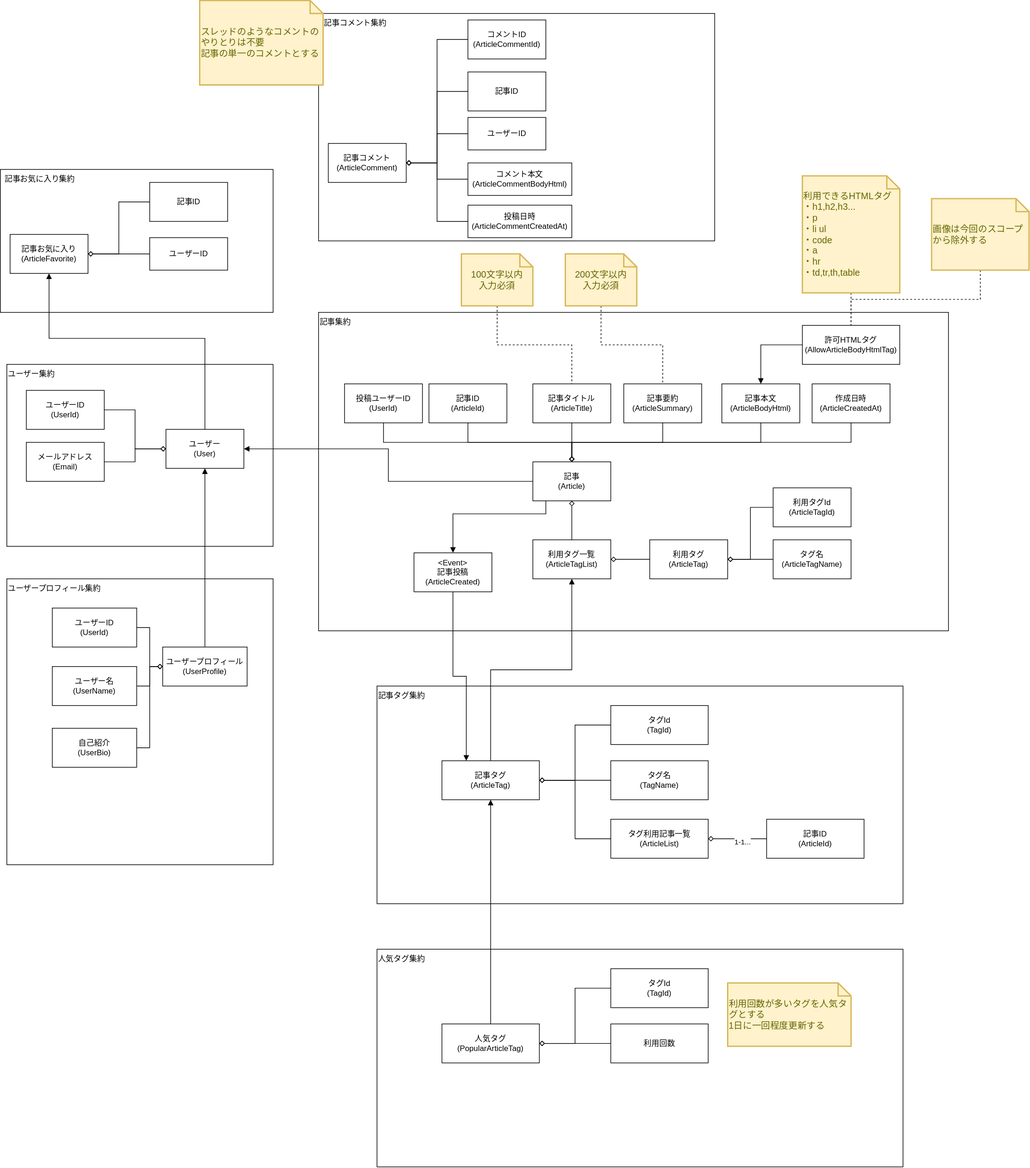
Earlier version of the draw.io export docs/domain_model.svg (MikiWaraMiki/java-springboot-practice). Source tidied: cells renumbered, new cells last; positions are measured from the earlier drawing's top-left corner, leaving out a move shared by most shapes.
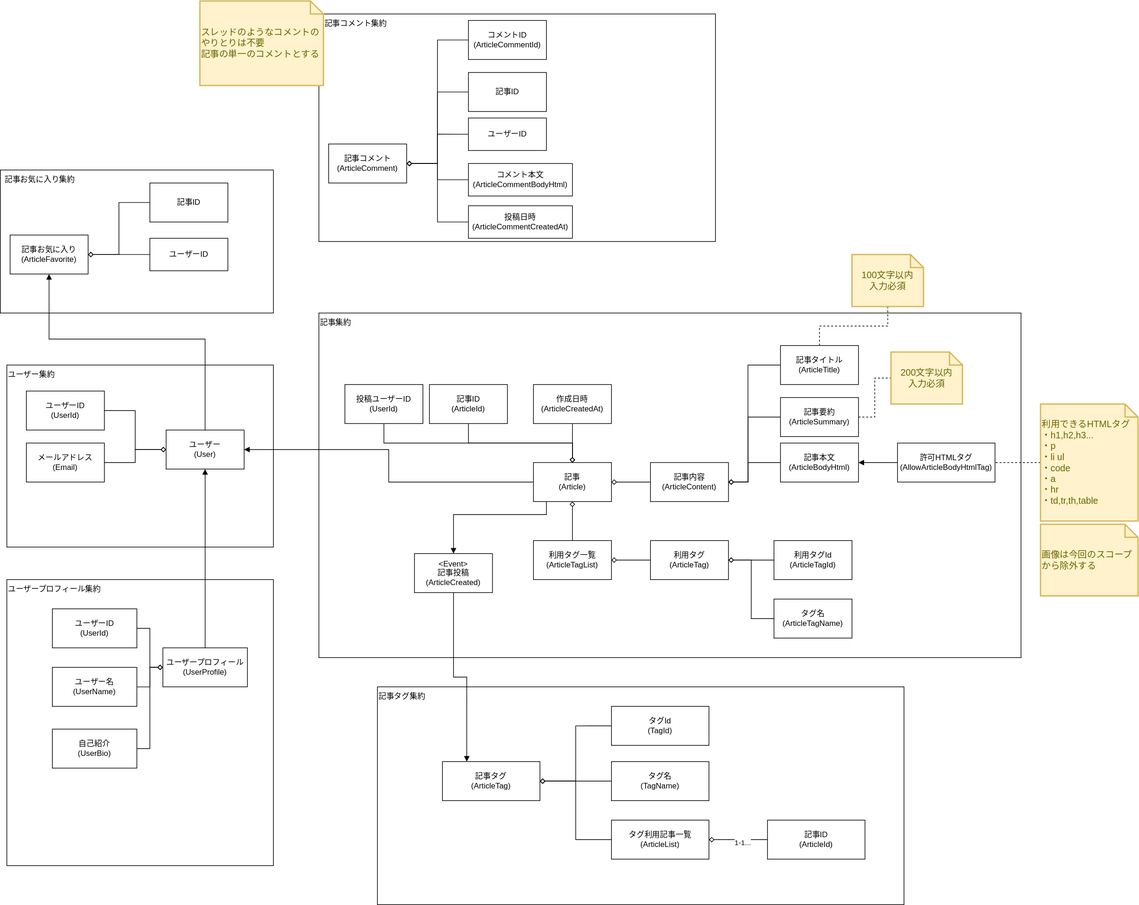
The same diagram one commit later.

Commit message:
add 初期オブジェクトモデル

What changed in the source:
```diff
@@ -65,7 +65,7 @@
       <mxGeometry x="80" y="1120" width="130" height="60" as="geometry" />
     </mxCell>
     <mxCell id="21" style="rounded=0;whiteSpace=wrap;html=1;" parent="1" vertex="1">
-      <mxGeometry x="490" y="480" width="970" height="490" as="geometry" />
+      <mxGeometry x="490" y="480" width="1080" height="530" as="geometry" />
     </mxCell>
     <mxCell id="22" value="記事集約" style="text;html=1;strokeColor=none;fillColor=none;align=left;verticalAlign=middle;whiteSpace=wrap;rounded=0;" parent="1" vertex="1">
       <mxGeometry x="490" y="480" width="140" height="30" as="geometry" />
@@ -78,33 +78,6 @@
         </Array>
       </mxGeometry>
     </mxCell>
-    <mxCell id="24" style="edgeStyle=orthogonalEdgeStyle;rounded=0;jettySize=auto;html=1;startArrow=diamond;startFill=0;endArrow=none;endFill=0;" parent="1" edge="1" source="32" target="34">
-      <mxGeometry relative="1" as="geometry" />
-    </mxCell>
-    <mxCell id="25" style="edgeStyle=orthogonalEdgeStyle;rounded=0;jettySize=auto;html=1;startArrow=diamond;startFill=0;endArrow=none;endFill=0;" parent="1" edge="1" source="32" target="35">
-      <mxGeometry relative="1" as="geometry">
-        <Array as="points">
-          <mxPoint x="880" y="680" />
-          <mxPoint x="1020" y="680" />
-        </Array>
-      </mxGeometry>
-    </mxCell>
-    <mxCell id="26" style="edgeStyle=orthogonalEdgeStyle;rounded=0;jettySize=auto;html=1;entryX=0.5;entryY=1;entryDx=0;entryDy=0;startArrow=diamond;startFill=0;endArrow=none;endFill=0;" parent="1" edge="1" source="32" target="36">
-      <mxGeometry relative="1" as="geometry">
-        <Array as="points">
-          <mxPoint x="880" y="680" />
-          <mxPoint x="1171" y="680" />
-        </Array>
-      </mxGeometry>
-    </mxCell>
-    <mxCell id="27" style="edgeStyle=orthogonalEdgeStyle;rounded=0;jettySize=auto;html=1;startArrow=diamond;startFill=0;endArrow=none;endFill=0;" parent="1" edge="1" source="32" target="37">
-      <mxGeometry relative="1" as="geometry">
-        <Array as="points">
-          <mxPoint x="880" y="680" />
-          <mxPoint x="1310" y="680" />
-        </Array>
-      </mxGeometry>
-    </mxCell>
     <mxCell id="28" style="edgeStyle=orthogonalEdgeStyle;rounded=0;jettySize=auto;html=1;startArrow=diamond;startFill=0;endArrow=none;endFill=0;" parent="1" edge="1" source="32" target="39">
       <mxGeometry relative="1" as="geometry" />
     </mxCell>
@@ -127,6 +100,15 @@
     <mxCell id="31" style="edgeStyle=orthogonalEdgeStyle;rounded=0;jettySize=auto;html=1;startArrow=none;startFill=0;endArrow=block;endFill=1;" parent="1" edge="1" source="32" target="10">
       <mxGeometry relative="1" as="geometry" />
     </mxCell>
+    <mxCell id="100" style="edgeStyle=orthogonalEdgeStyle;rounded=0;jettySize=auto;html=1;startArrow=diamond;startFill=0;endArrow=none;endFill=0;strokeColor=none;" parent="1" edge="1" source="32" target="106">
+      <mxGeometry relative="1" as="geometry" />
+    </mxCell>
+    <mxCell id="101" style="edgeStyle=orthogonalEdgeStyle;rounded=0;jettySize=auto;html=1;startArrow=diamond;startFill=0;endArrow=none;endFill=0;" parent="1" edge="1" source="32" target="106">
+      <mxGeometry relative="1" as="geometry" />
+    </mxCell>
+    <mxCell id="27" style="edgeStyle=orthogonalEdgeStyle;rounded=0;jettySize=auto;html=1;startArrow=diamond;startFill=0;endArrow=none;endFill=0;" parent="1" edge="1" source="32" target="37">
+      <mxGeometry relative="1" as="geometry" />
+    </mxCell>
     <mxCell id="32" value="記事&lt;br&gt;(Article)" style="rounded=0;whiteSpace=wrap;html=1;align=center;" parent="1" vertex="1">
       <mxGeometry x="820" y="710" width="120" height="60" as="geometry" />
     </mxCell>
@@ -134,16 +116,19 @@
       <mxGeometry x="530" y="590" width="120" height="60" as="geometry" />
     </mxCell>
     <mxCell id="34" value="記事タイトル&lt;br&gt;(ArticleTitle)" style="rounded=0;whiteSpace=wrap;html=1;align=center;" parent="1" vertex="1">
-      <mxGeometry x="820" y="590" width="120" height="60" as="geometry" />
+      <mxGeometry x="1200" y="530" width="120" height="60" as="geometry" />
     </mxCell>
+    <mxCell id="102" style="edgeStyle=orthogonalEdgeStyle;rounded=0;jettySize=auto;html=1;startArrow=none;startFill=0;endArrow=none;endFill=0;dashed=1;" parent="1" edge="1" source="35" target="48">
+      <mxGeometry relative="1" as="geometry" />
+    </mxCell>
     <mxCell id="35" value="記事要約&lt;br&gt;(ArticleSummary)" style="rounded=0;whiteSpace=wrap;html=1;align=center;" parent="1" vertex="1">
-      <mxGeometry x="960" y="590" width="120" height="60" as="geometry" />
+      <mxGeometry x="1200" y="610" width="120" height="60" as="geometry" />
     </mxCell>
     <mxCell id="36" value="記事本文&lt;br&gt;(ArticleBodyHtml)" style="rounded=0;whiteSpace=wrap;html=1;align=center;" parent="1" vertex="1">
-      <mxGeometry x="1111" y="590" width="120" height="60" as="geometry" />
+      <mxGeometry x="1200" y="680" width="120" height="60" as="geometry" />
     </mxCell>
     <mxCell id="37" value="作成日時&lt;br&gt;(ArticleCreatedAt)" style="rounded=0;whiteSpace=wrap;html=1;align=center;" parent="1" vertex="1">
-      <mxGeometry x="1250" y="590" width="120" height="60" as="geometry" />
+      <mxGeometry x="820" y="590" width="120" height="60" as="geometry" />
     </mxCell>
     <mxCell id="38" style="edgeStyle=orthogonalEdgeStyle;rounded=0;jettySize=auto;html=1;startArrow=diamond;startFill=0;endArrow=none;endFill=0;" parent="1" edge="1" source="39" target="42">
       <mxGeometry relative="1" as="geometry" />
@@ -151,44 +136,41 @@
     <mxCell id="39" value="利用タグ一覧&lt;br&gt;(ArticleTagList)" style="rounded=0;whiteSpace=wrap;html=1;align=center;" parent="1" vertex="1">
       <mxGeometry x="820" y="830" width="120" height="60" as="geometry" />
     </mxCell>
+    <mxCell id="41" style="edgeStyle=orthogonalEdgeStyle;rounded=0;jettySize=auto;html=1;entryX=0;entryY=0.5;entryDx=0;entryDy=0;startArrow=diamond;startFill=0;endArrow=none;endFill=0;" parent="1" edge="1" source="42" target="44">
+      <mxGeometry relative="1" as="geometry" />
+    </mxCell>
-    <mxCell id="40" style="edgeStyle=orthogonalEdgeStyle;rounded=0;jettySize=auto;html=1;startArrow=diamond;startFill=0;endArrow=none;endFill=0;" parent="1" edge="1" source="42" target="43">
+    <mxCell id="40" style="edgeStyle=orthogonalEdgeStyle;rounded=0;jettySize=auto;html=1;entryX=0;entryY=0.5;entryDx=0;entryDy=0;startArrow=diamond;startFill=0;endArrow=none;endFill=0;" parent="1" edge="1" source="42" target="43">
       <mxGeometry relative="1" as="geometry" />
     </mxCell>
-    <mxCell id="41" style="edgeStyle=orthogonalEdgeStyle;rounded=0;jettySize=auto;html=1;entryX=0;entryY=0.5;entryDx=0;entryDy=0;startArrow=diamond;startFill=0;endArrow=none;endFill=0;" parent="1" edge="1" source="42" target="44">
-      <mxGeometry relative="1" as="geometry" />
-    </mxCell>
     <mxCell id="42" value="利用タグ&lt;br&gt;(ArticleTag)" style="rounded=0;whiteSpace=wrap;html=1;align=center;" parent="1" vertex="1">
       <mxGeometry x="1000" y="830" width="120" height="60" as="geometry" />
     </mxCell>
     <mxCell id="43" value="タグ名&lt;br&gt;(ArticleTagName)" style="rounded=0;whiteSpace=wrap;html=1;align=center;" parent="1" vertex="1">
-      <mxGeometry x="1190" y="830" width="120" height="60" as="geometry" />
+      <mxGeometry x="1190" y="920" width="120" height="60" as="geometry" />
     </mxCell>
     <mxCell id="44" value="利用タグId&lt;br&gt;(ArticleTagId)" style="rounded=0;whiteSpace=wrap;html=1;align=center;" parent="1" vertex="1">
-      <mxGeometry x="1190" y="750" width="120" height="60" as="geometry" />
+      <mxGeometry x="1190" y="830" width="120" height="60" as="geometry" />
     </mxCell>
     <mxCell id="45" style="edgeStyle=orthogonalEdgeStyle;rounded=0;jettySize=auto;html=1;startArrow=none;startFill=0;endArrow=none;endFill=0;dashed=1;" parent="1" edge="1" source="46" target="34">
       <mxGeometry relative="1" as="geometry" />
     </mxCell>
     <mxCell id="46" value="100文字以内&lt;br&gt;入力必須" style="shape=note;strokeWidth=2;fontSize=14;size=20;whiteSpace=wrap;html=1;fillColor=#fff2cc;strokeColor=#d6b656;fontColor=#666600;align=center;" parent="1" vertex="1">
-      <mxGeometry x="710" y="390" width="110" height="80" as="geometry" />
+      <mxGeometry x="1310" y="390" width="110" height="80" as="geometry" />
     </mxCell>
-    <mxCell id="47" style="edgeStyle=orthogonalEdgeStyle;rounded=0;jettySize=auto;html=1;dashed=1;startArrow=none;startFill=0;endArrow=none;endFill=0;" parent="1" edge="1" source="48" target="35">
-      <mxGeometry relative="1" as="geometry" />
-    </mxCell>
     <mxCell id="48" value="200文字以内&lt;br&gt;入力必須" style="shape=note;strokeWidth=2;fontSize=14;size=20;whiteSpace=wrap;html=1;fillColor=#fff2cc;strokeColor=#d6b656;fontColor=#666600;align=center;" parent="1" vertex="1">
-      <mxGeometry x="870" y="390" width="110" height="80" as="geometry" />
+      <mxGeometry x="1370" y="540" width="110" height="80" as="geometry" />
     </mxCell>
     <mxCell id="49" style="edgeStyle=orthogonalEdgeStyle;rounded=0;jettySize=auto;html=1;dashed=1;startArrow=none;startFill=0;endArrow=none;endFill=0;" parent="1" edge="1" source="50" target="52">
       <mxGeometry relative="1" as="geometry" />
     </mxCell>
     <mxCell id="50" value="利用できるHTMLタグ&lt;br&gt;・h1,h2,h3...&lt;br&gt;・p&lt;br&gt;・li ul&lt;br&gt;・code&lt;br&gt;・a&lt;br&gt;・hr&lt;br&gt;・td,tr,th,table&lt;br&gt;" style="shape=note;strokeWidth=2;fontSize=14;size=20;whiteSpace=wrap;html=1;fillColor=#fff2cc;strokeColor=#d6b656;fontColor=#666600;align=left;" parent="1" vertex="1">
-      <mxGeometry x="1235" y="270" width="150" height="180" as="geometry" />
+      <mxGeometry x="1600" y="620" width="150" height="180" as="geometry" />
     </mxCell>
     <mxCell id="51" style="edgeStyle=orthogonalEdgeStyle;rounded=0;jettySize=auto;html=1;startArrow=none;startFill=0;endArrow=block;endFill=1;" parent="1" edge="1" source="52" target="36">
       <mxGeometry relative="1" as="geometry" />
     </mxCell>
     <mxCell id="52" value="許可HTMLタグ&lt;br&gt;(AllowArticleBodyHtmlTag)" style="rounded=0;whiteSpace=wrap;html=1;align=center;" parent="1" vertex="1">
-      <mxGeometry x="1235" y="500" width="150" height="60" as="geometry" />
+      <mxGeometry x="1380" y="680" width="150" height="60" as="geometry" />
     </mxCell>
     <mxCell id="53" style="rounded=0;whiteSpace=wrap;html=1;" parent="1" vertex="1">
       <mxGeometry x="580" y="1055" width="810" height="335" as="geometry" />
@@ -205,9 +187,6 @@
     <mxCell id="57" style="edgeStyle=orthogonalEdgeStyle;rounded=0;jettySize=auto;html=1;entryX=0;entryY=0.5;entryDx=0;entryDy=0;startArrow=diamond;startFill=0;endArrow=none;endFill=0;" parent="1" edge="1" source="59" target="67">
       <mxGeometry relative="1" as="geometry" />
     </mxCell>
-    <mxCell id="58" style="edgeStyle=orthogonalEdgeStyle;rounded=0;jettySize=auto;html=1;startArrow=none;startFill=0;endArrow=block;endFill=1;" parent="1" edge="1" source="59" target="39">
-      <mxGeometry relative="1" as="geometry" />
-    </mxCell>
     <mxCell id="59" value="記事タグ&lt;br&gt;(ArticleTag)" style="rounded=0;whiteSpace=wrap;html=1;align=center;" parent="1" vertex="1">
       <mxGeometry x="680" y="1170" width="150" height="60" as="geometry" />
     </mxCell>
@@ -253,16 +232,8 @@
     <mxCell id="73" value="記事ID" style="rounded=0;whiteSpace=wrap;html=1;align=center;" parent="1" vertex="1">
       <mxGeometry x="230" y="280" width="120" height="60" as="geometry" />
     </mxCell>
-    <mxCell id="74" style="edgeStyle=orthogonalEdgeStyle;rounded=0;jettySize=auto;html=1;entryX=0.5;entryY=0;entryDx=0;entryDy=0;startArrow=none;startFill=0;endArrow=none;endFill=0;dashed=1;" parent="1" edge="1" source="75" target="52">
-      <mxGeometry relative="1" as="geometry">
-        <Array as="points">
-          <mxPoint x="1509" y="460" />
-          <mxPoint x="1310" y="460" />
-        </Array>
-      </mxGeometry>
-    </mxCell>
     <mxCell id="75" value="画像は今回のスコープから除外する" style="shape=note;strokeWidth=2;fontSize=14;size=20;whiteSpace=wrap;html=1;fillColor=#fff2cc;strokeColor=#d6b656;fontColor=#666600;align=left;" parent="1" vertex="1">
-      <mxGeometry x="1434" y="305" width="150" height="110" as="geometry" />
+      <mxGeometry x="1600" y="805" width="150" height="110" as="geometry" />
     </mxCell>
     <mxCell id="76" value="ユーザーID" style="rounded=0;whiteSpace=wrap;html=1;align=center;" parent="1" vertex="1">
       <mxGeometry x="230" y="365" width="120" height="50" as="geometry" />
@@ -309,32 +280,32 @@
     <mxCell id="90" value="投稿日時&lt;br&gt;(ArticleCommentCreatedAt)" style="rounded=0;whiteSpace=wrap;html=1;align=center;" parent="1" vertex="1">
       <mxGeometry x="720" y="315" width="160" height="50" as="geometry" />
     </mxCell>
-    <mxCell id="91" style="rounded=0;whiteSpace=wrap;html=1;" parent="1" vertex="1">
-      <mxGeometry x="580" y="1460" width="810" height="335" as="geometry" />
-    </mxCell>
-    <mxCell id="92" value="人気タグ集約" style="text;html=1;strokeColor=none;fillColor=none;align=left;verticalAlign=middle;whiteSpace=wrap;rounded=0;" parent="1" vertex="1">
-      <mxGeometry x="580" y="1460" width="140" height="30" as="geometry" />
-    </mxCell>
-    <mxCell id="93" style="edgeStyle=orthogonalEdgeStyle;rounded=0;jettySize=auto;html=1;entryX=0;entryY=0.5;entryDx=0;entryDy=0;startArrow=diamond;startFill=0;endArrow=none;endFill=0;" parent="1" edge="1" source="96" target="97">
-      <mxGeometry relative="1" as="geometry" />
-    </mxCell>
-    <mxCell id="94" style="edgeStyle=orthogonalEdgeStyle;rounded=0;jettySize=auto;html=1;startArrow=diamond;startFill=0;endArrow=none;endFill=0;" parent="1" edge="1" source="96" target="98">
-      <mxGeometry relative="1" as="geometry" />
-    </mxCell>
-    <mxCell id="95" style="edgeStyle=orthogonalEdgeStyle;rounded=0;jettySize=auto;html=1;startArrow=none;startFill=0;endArrow=block;endFill=1;" parent="1" edge="1" source="96" target="59">
-      <mxGeometry relative="1" as="geometry" />
-    </mxCell>
-    <mxCell id="96" value="人気タグ&lt;br&gt;(PopularArticleTag)" style="rounded=0;whiteSpace=wrap;html=1;align=center;" parent="1" vertex="1">
-      <mxGeometry x="680" y="1575" width="150" height="60" as="geometry" />
-    </mxCell>
-    <mxCell id="97" value="タグId&lt;br&gt;(TagId)" style="rounded=0;whiteSpace=wrap;html=1;align=center;" parent="1" vertex="1">
-      <mxGeometry x="940" y="1490" width="150" height="60" as="geometry" />
-    </mxCell>
-    <mxCell id="98" value="利用回数" style="rounded=0;whiteSpace=wrap;html=1;align=center;" parent="1" vertex="1">
-      <mxGeometry x="940" y="1575" width="150" height="60" as="geometry" />
-    </mxCell>
-    <mxCell id="99" value="利用回数が多いタグを人気タグとする&lt;br&gt;1日に一回程度更新する" style="shape=note;strokeWidth=2;fontSize=14;size=20;whiteSpace=wrap;html=1;fillColor=#fff2cc;strokeColor=#d6b656;fontColor=#666600;align=left;" parent="1" vertex="1">
-      <mxGeometry x="1120" y="1512" width="190" height="97.5" as="geometry" />
-    </mxCell>
+    <mxCell id="103" style="edgeStyle=orthogonalEdgeStyle;rounded=0;jettySize=auto;html=1;startArrow=diamond;startFill=0;endArrow=none;endFill=0;" parent="1" edge="1" source="106" target="34">
+      <mxGeometry relative="1" as="geometry">
+        <Array as="points">
+          <mxPoint x="1150" y="740" />
+          <mxPoint x="1150" y="560" />
+        </Array>
+      </mxGeometry>
+    </mxCell>
+    <mxCell id="104" style="edgeStyle=orthogonalEdgeStyle;rounded=0;jettySize=auto;html=1;entryX=0;entryY=0.5;entryDx=0;entryDy=0;startArrow=diamond;startFill=0;endArrow=none;endFill=0;" parent="1" edge="1" source="106" target="35">
+      <mxGeometry relative="1" as="geometry">
+        <Array as="points">
+          <mxPoint x="1150" y="740" />
+          <mxPoint x="1150" y="640" />
+        </Array>
+      </mxGeometry>
+    </mxCell>
+    <mxCell id="105" style="edgeStyle=orthogonalEdgeStyle;rounded=0;jettySize=auto;html=1;startArrow=diamond;startFill=0;endArrow=none;endFill=0;" parent="1" edge="1" source="106" target="36">
+      <mxGeometry relative="1" as="geometry">
+        <Array as="points">
+          <mxPoint x="1150" y="740" />
+          <mxPoint x="1150" y="710" />
+        </Array>
+      </mxGeometry>
+    </mxCell>
+    <mxCell id="106" value="記事内容&lt;br&gt;(ArticleContent)" style="rounded=0;whiteSpace=wrap;html=1;align=center;" parent="1" vertex="1">
+      <mxGeometry x="1000" y="710" width="120" height="60" as="geometry" />
+    </mxCell>
   </root>
 </mxGraphModel>
```
